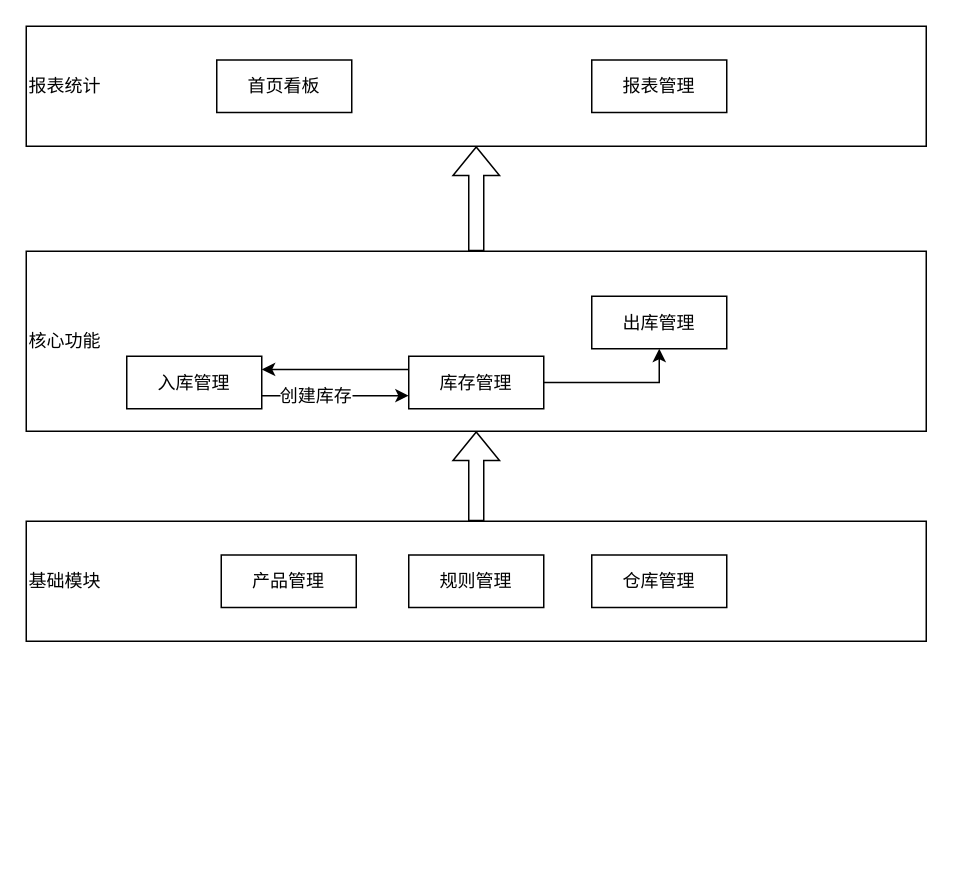
Earlier version of the draw.io diagram page "main" (1 of 2) of wms 架构.drawio (zhchenxin/flow). Source tidied: cells renumbered, new cells numbered last; positions are measured from the earlier drawing's top-left corner, leaving out a move shared by most shapes. Both pictures are drawn from the tidied source at 150%, with x=0, y=0 at pixel (26, 26).
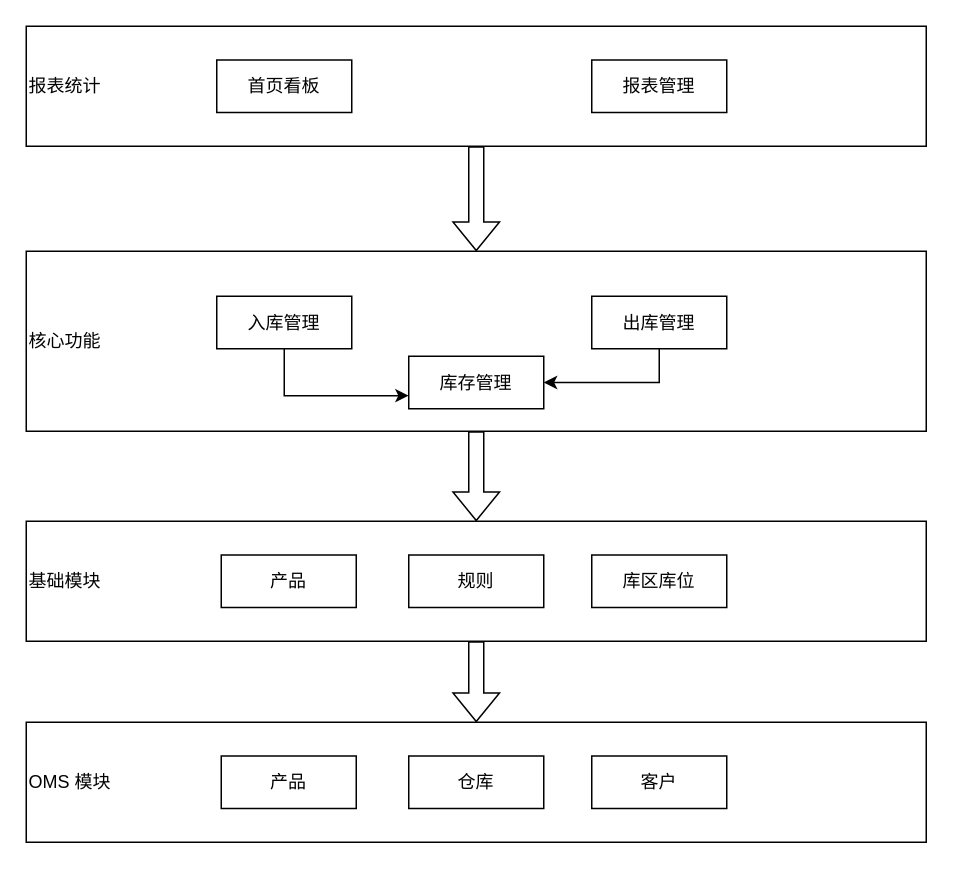
The same page after the edit.

The change refers to these unchanged cells:
```xml
<mxCell id="3" style="group;" parent="1" vertex="1">
  <mxGeometry y="150" width="600" height="120" as="geometry" />
</mxCell>
<mxCell id="4" value="&lt;span style=&quot;white-space: normal&quot;&gt;核心功能&lt;/span&gt;" style="rounded=0;whiteSpace=wrap;html=1;align=left;" parent="3" vertex="1">
  <mxGeometry width="600" height="120" as="geometry" />
</mxCell>
<mxCell id="8" value="出库管理" style="rounded=0;whiteSpace=wrap;html=1;" parent="3" vertex="1">
  <mxGeometry x="377" y="30" width="90" height="35" as="geometry" />
</mxCell>
<mxCell id="9" value="库存管理" style="rounded=0;whiteSpace=wrap;html=1;" parent="3" vertex="1">
  <mxGeometry x="255" y="70" width="90" height="35" as="geometry" />
</mxCell>
<mxCell id="13" style="group;" parent="1" vertex="1">
  <mxGeometry y="330" width="600" height="80" as="geometry" />
</mxCell>
<mxCell id="14" value="基础模块" style="rounded=0;whiteSpace=wrap;html=1;align=left;" parent="13" vertex="1">
  <mxGeometry width="600" height="80" as="geometry" />
</mxCell>
<mxCell id="20" value="报表统计" style="rounded=0;whiteSpace=wrap;html=1;align=left;" parent="19" vertex="1">
  <mxGeometry width="600" height="80" as="geometry" />
</mxCell>
```

The edit, as a diff of the source:
```diff
@@
-    <mxCell id="2" style="edgeStyle=orthogonalEdgeStyle;shape=flexArrow;rounded=0;jettySize=auto;html=1;exitX=0.5;exitY=0;exitDx=0;exitDy=0;entryX=0.5;entryY=1;entryDx=0;entryDy=0;" parent="1" edge="1" source="14" target="4">
-      <mxGeometry relative="1" as="geometry" />
-    </mxCell>
@@
-    <mxCell id="5" style="edgeStyle=orthogonalEdgeStyle;rounded=0;jettySize=auto;html=1;exitX=1;exitY=0.75;exitDx=0;exitDy=0;entryX=0;entryY=0.75;entryDx=0;entryDy=0;" parent="3" edge="1" source="7" target="9">
+    <mxCell id="5" style="edgeStyle=orthogonalEdgeStyle;rounded=0;jettySize=auto;html=1;exitX=0.5;exitY=1;exitDx=0;exitDy=0;entryX=0;entryY=0.75;entryDx=0;entryDy=0;" parent="3" edge="1" source="7" target="9">
       <mxGeometry relative="1" as="geometry" />
     </mxCell>
-    <mxCell id="6" value="创建库存" style="text;html=1;align=center;verticalAlign=middle;labelBackgroundColor=#ffffff;" parent="5" vertex="1">
-      <mxGeometry x="-0.29" relative="1" as="geometry" />
-    </mxCell>
     <mxCell id="7" value="入库管理" style="rounded=0;whiteSpace=wrap;html=1;" parent="3" vertex="1">
-      <mxGeometry x="67" y="70" width="90" height="35" as="geometry" />
+      <mxGeometry x="127" y="30" width="90" height="35" as="geometry" />
     </mxCell>
+    <mxCell id="23" style="edgeStyle=orthogonalEdgeStyle;rounded=0;jettySize=auto;html=1;exitX=0.5;exitY=1;exitDx=0;exitDy=0;entryX=1;entryY=0.5;entryDx=0;entryDy=0;" parent="3" edge="1" source="8" target="9">
+      <mxGeometry relative="1" as="geometry" />
+    </mxCell>
@@
-    <mxCell id="10" style="rounded=0;jettySize=auto;html=1;exitX=0;exitY=0.25;exitDx=0;exitDy=0;entryX=1;entryY=0.25;entryDx=0;entryDy=0;edgeStyle=orthogonalEdgeStyle;" parent="3" edge="1" source="9" target="7">
-      <mxGeometry relative="1" as="geometry" />
-    </mxCell>
-    <mxCell id="11" style="edgeStyle=orthogonalEdgeStyle;rounded=0;jettySize=auto;html=1;exitX=1;exitY=0.5;exitDx=0;exitDy=0;entryX=0.5;entryY=1;entryDx=0;entryDy=0;" parent="3" edge="1" source="9" target="8">
-      <mxGeometry relative="1" as="geometry" />
-    </mxCell>
-    <mxCell id="12" style="edgeStyle=orthogonalEdgeStyle;shape=flexArrow;rounded=0;jettySize=auto;html=1;exitX=0.5;exitY=0;exitDx=0;exitDy=0;entryX=0.5;entryY=1;entryDx=0;entryDy=0;" parent="1" edge="1" source="4" target="20">
-      <mxGeometry relative="1" as="geometry" />
-    </mxCell>
@@
-    <mxCell id="15" value="产品管理" style="rounded=0;whiteSpace=wrap;html=1;" parent="13" vertex="1">
+    <mxCell id="15" value="产品" style="rounded=0;whiteSpace=wrap;html=1;" parent="13" vertex="1">
       <mxGeometry x="130" y="22.5" width="90" height="35" as="geometry" />
     </mxCell>
-    <mxCell id="16" value="仓库管理" style="rounded=0;whiteSpace=wrap;html=1;" parent="13" vertex="1">
+    <mxCell id="16" value="库区库位" style="rounded=0;whiteSpace=wrap;html=1;" parent="13" vertex="1">
       <mxGeometry x="377" y="22.5" width="90" height="35" as="geometry" />
     </mxCell>
-    <mxCell id="17" value="规则管理" style="rounded=0;whiteSpace=wrap;html=1;" parent="13" vertex="1">
+    <mxCell id="17" value="规则" style="rounded=0;whiteSpace=wrap;html=1;" parent="13" vertex="1">
       <mxGeometry x="255" y="22.5" width="90" height="35" as="geometry" />
     </mxCell>
@@
+    <mxCell id="24" style="group;" parent="1" vertex="1">
+      <mxGeometry y="464" width="600" height="80" as="geometry" />
+    </mxCell>
+    <mxCell id="25" value="OMS 模块" style="rounded=0;whiteSpace=wrap;html=1;align=left;" parent="24" vertex="1">
+      <mxGeometry width="600" height="80" as="geometry" />
+    </mxCell>
+    <mxCell id="26" value="产品" style="rounded=0;whiteSpace=wrap;html=1;" parent="24" vertex="1">
+      <mxGeometry x="130" y="22.5" width="90" height="35" as="geometry" />
+    </mxCell>
+    <mxCell id="27" value="客户" style="rounded=0;whiteSpace=wrap;html=1;" parent="24" vertex="1">
+      <mxGeometry x="377" y="22.5" width="90" height="35" as="geometry" />
+    </mxCell>
+    <mxCell id="28" value="仓库" style="rounded=0;whiteSpace=wrap;html=1;" parent="24" vertex="1">
+      <mxGeometry x="255" y="22.5" width="90" height="35" as="geometry" />
+    </mxCell>
+    <mxCell id="29" style="edgeStyle=orthogonalEdgeStyle;rounded=0;orthogonalLoop=1;jettySize=auto;html=1;exitX=0.5;exitY=1;exitDx=0;exitDy=0;" parent="24" edge="1" source="25" target="25">
+      <mxGeometry relative="1" as="geometry" />
+    </mxCell>
+    <mxCell id="30" style="edgeStyle=orthogonalEdgeStyle;shape=flexArrow;rounded=0;jettySize=auto;html=1;exitX=0.5;exitY=1;exitDx=0;exitDy=0;entryX=0.5;entryY=0;entryDx=0;entryDy=0;" parent="1" edge="1" source="20" target="4">
+      <mxGeometry relative="1" as="geometry" />
+    </mxCell>
+    <mxCell id="31" style="edgeStyle=orthogonalEdgeStyle;shape=flexArrow;rounded=0;jettySize=auto;html=1;exitX=0.5;exitY=1;exitDx=0;exitDy=0;" parent="1" edge="1" source="4" target="14">
+      <mxGeometry relative="1" as="geometry" />
+    </mxCell>
+    <mxCell id="32" style="edgeStyle=orthogonalEdgeStyle;shape=flexArrow;rounded=0;jettySize=auto;html=1;exitX=0.5;exitY=1;exitDx=0;exitDy=0;entryX=0.5;entryY=0;entryDx=0;entryDy=0;" parent="1" edge="1" source="14" target="25">
+      <mxGeometry relative="1" as="geometry" />
+    </mxCell>
```
